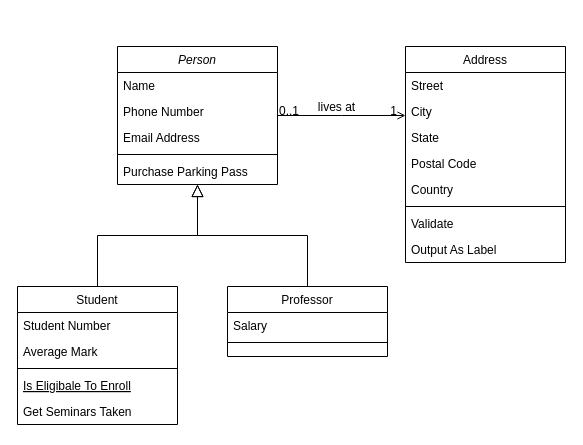
AlphaHans/AlphaHans.github.io keeps this draw.io diagram as about/Untitled Diagram.drawio. Above is the earlier version. Source tidied: cells renumbered, new cells numbered last; positions are measured from the earlier drawing's top-left corner, leaving out a move shared by most shapes. Both pictures are drawn from the tidied source at 100%, with x=0, y=0 at pixel (17, 46).
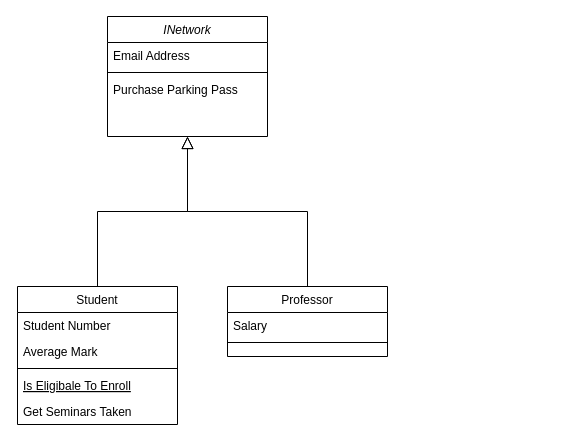
The same page after the edit.

Diff of the diagram source:
```diff
@@
-    <mxCell id="2" value="Person" style="swimlane;fontStyle=2;align=center;verticalAlign=top;horizontal=1;startSize=26;rounded=0;shadow=0;strokeWidth=1;" parent="1" vertex="1">
-      <mxGeometry x="100" width="160" height="138" as="geometry" />
+    <mxCell id="2" value="INetwork" style="swimlane;fontStyle=2;align=center;verticalAlign=top;horizontal=1;startSize=26;rounded=0;shadow=0;strokeWidth=1;" parent="1" vertex="1">
+      <mxGeometry x="90" y="-30" width="160" height="120" as="geometry" />
     </mxCell>
-    <mxCell id="3" value="Name" style="text;align=left;verticalAlign=top;spacingLeft=4;spacingRight=4;overflow=hidden;" parent="2" vertex="1">
-      <mxGeometry y="26" width="160" height="26" as="geometry" />
-    </mxCell>
-    <mxCell id="4" value="Phone Number" style="text;align=left;verticalAlign=top;spacingLeft=4;spacingRight=4;overflow=hidden;rounded=0;shadow=0;html=0;" parent="2" vertex="1">
-      <mxGeometry y="52" width="160" height="26" as="geometry" />
-    </mxCell>
     <mxCell id="5" value="Email Address" style="text;align=left;verticalAlign=top;spacingLeft=4;spacingRight=4;overflow=hidden;rounded=0;shadow=0;html=0;" parent="2" vertex="1">
-      <mxGeometry y="78" width="160" height="26" as="geometry" />
+      <mxGeometry y="26" width="160" height="26" as="geometry" />
     </mxCell>
     <mxCell id="6" style="line;html=1;strokeWidth=1;align=left;verticalAlign=middle;spacingTop=-1;spacingLeft=3;spacingRight=3;labelPosition=right;" parent="2" vertex="1">
-      <mxGeometry y="104" width="160" height="8" as="geometry" />
+      <mxGeometry y="52" width="160" height="8" as="geometry" />
     </mxCell>
     <mxCell id="7" value="Purchase Parking Pass" style="text;align=left;verticalAlign=top;spacingLeft=4;spacingRight=4;overflow=hidden;" parent="2" vertex="1">
-      <mxGeometry y="112" width="160" height="26" as="geometry" />
+      <mxGeometry y="60" width="160" height="26" as="geometry" />
     </mxCell>
@@
-    <mxCell id="19" value="Address" style="swimlane;fontStyle=0;align=center;verticalAlign=top;horizontal=1;startSize=26;rounded=0;shadow=0;strokeWidth=1;" parent="1" vertex="1">
-      <mxGeometry x="388" width="160" height="216" as="geometry" />
-    </mxCell>
-    <mxCell id="20" value="Street" style="text;align=left;verticalAlign=top;spacingLeft=4;spacingRight=4;overflow=hidden;" parent="19" vertex="1">
-      <mxGeometry y="26" width="160" height="26" as="geometry" />
-    </mxCell>
-    <mxCell id="21" value="City" style="text;align=left;verticalAlign=top;spacingLeft=4;spacingRight=4;overflow=hidden;rounded=0;shadow=0;html=0;" parent="19" vertex="1">
-      <mxGeometry y="52" width="160" height="26" as="geometry" />
-    </mxCell>
-    <mxCell id="22" value="State" style="text;align=left;verticalAlign=top;spacingLeft=4;spacingRight=4;overflow=hidden;rounded=0;shadow=0;html=0;" parent="19" vertex="1">
-      <mxGeometry y="78" width="160" height="26" as="geometry" />
-    </mxCell>
-    <mxCell id="23" value="Postal Code" style="text;align=left;verticalAlign=top;spacingLeft=4;spacingRight=4;overflow=hidden;rounded=0;shadow=0;html=0;" parent="19" vertex="1">
-      <mxGeometry y="104" width="160" height="26" as="geometry" />
-    </mxCell>
-    <mxCell id="24" value="Country" style="text;align=left;verticalAlign=top;spacingLeft=4;spacingRight=4;overflow=hidden;rounded=0;shadow=0;html=0;" parent="19" vertex="1">
-      <mxGeometry y="130" width="160" height="26" as="geometry" />
-    </mxCell>
-    <mxCell id="25" style="line;html=1;strokeWidth=1;align=left;verticalAlign=middle;spacingTop=-1;spacingLeft=3;spacingRight=3;labelPosition=right;" parent="19" vertex="1">
-      <mxGeometry y="156" width="160" height="8" as="geometry" />
-    </mxCell>
-    <mxCell id="26" value="Validate" style="text;align=left;verticalAlign=top;spacingLeft=4;spacingRight=4;overflow=hidden;" parent="19" vertex="1">
-      <mxGeometry y="164" width="160" height="26" as="geometry" />
-    </mxCell>
-    <mxCell id="27" value="Output As Label" style="text;align=left;verticalAlign=top;spacingLeft=4;spacingRight=4;overflow=hidden;" parent="19" vertex="1">
-      <mxGeometry y="190" width="160" height="26" as="geometry" />
-    </mxCell>
-    <mxCell id="28" style="endArrow=open;shadow=0;strokeWidth=1;rounded=0;endFill=1;edgeStyle=elbowEdgeStyle;elbow=vertical;" parent="1" edge="1" source="2" target="19">
-      <mxGeometry x="0.5" y="41" relative="1" as="geometry">
-        <mxPoint x="-40" y="32" as="offset" />
-      </mxGeometry>
-    </mxCell>
-    <mxCell id="29" value="0..1" style="align=left;verticalAlign=bottom;labelBackgroundColor=none;fontSize=12;" parent="28" vertex="1">
-      <mxGeometry x="-1" relative="1" as="geometry">
-        <mxPoint y="4" as="offset" />
-      </mxGeometry>
-    </mxCell>
-    <mxCell id="30" value="1" style="align=right;verticalAlign=bottom;labelBackgroundColor=none;fontSize=12;" parent="28" vertex="1">
-      <mxGeometry x="1" relative="1" as="geometry">
-        <mxPoint x="-7" y="4" as="offset" />
-      </mxGeometry>
-    </mxCell>
-    <mxCell id="31" value="lives at" style="text;html=1;align=center;verticalAlign=middle;labelBackgroundColor=none;rounded=0;shadow=0;strokeWidth=1;fontSize=12;" parent="28" vertex="1">
-      <mxGeometry x="0.5" y="49" relative="1" as="geometry">
-        <mxPoint x="-38" y="40" as="offset" />
-      </mxGeometry>
-    </mxCell>
```
